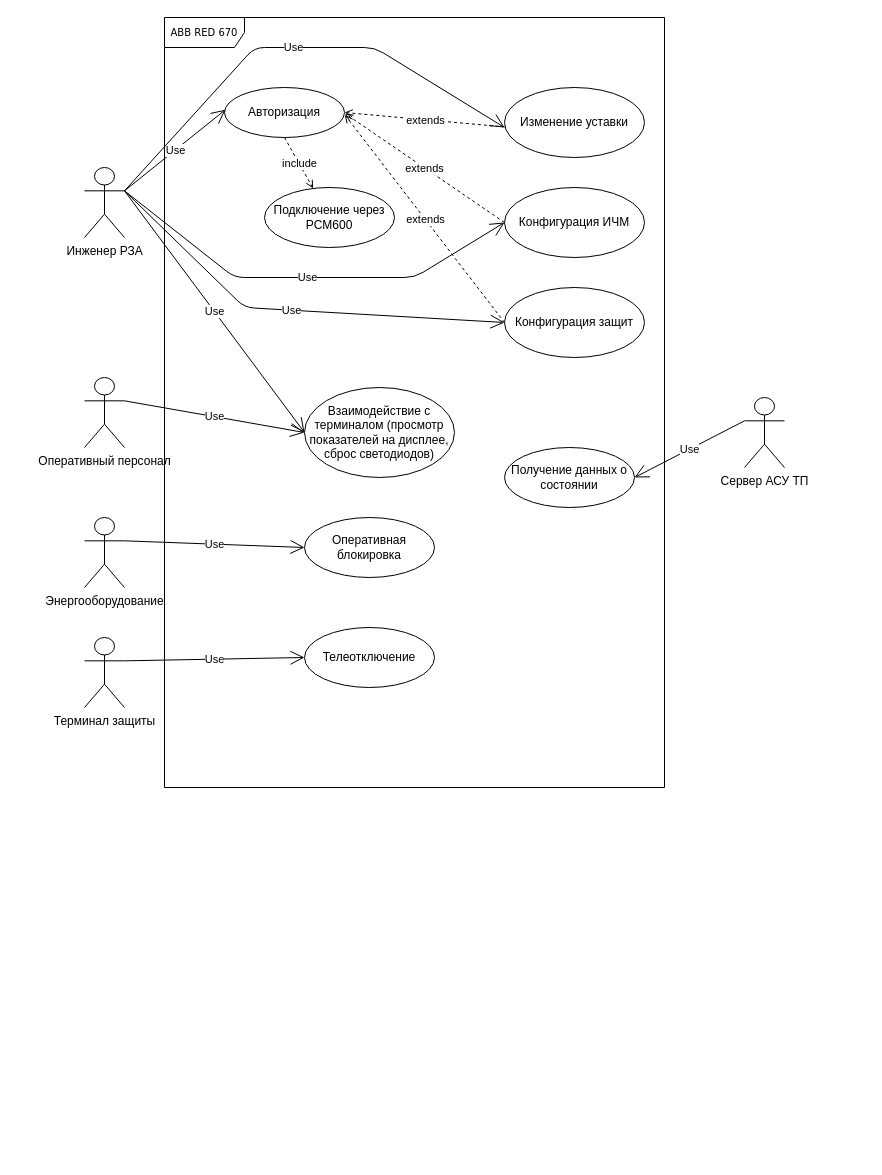
Aidar531/MasterStudying-3 keeps this draw.io diagram as Кибербезопаность/UML диаграмма.drawio. Above is the earlier version. Source tidied: cells renumbered, new cells numbered last; positions are measured from the earlier drawing's top-left corner, leaving out a move shared by most shapes. Both pictures are drawn from the tidied source at 100%, with x=0, y=0 at pixel (84, 17).
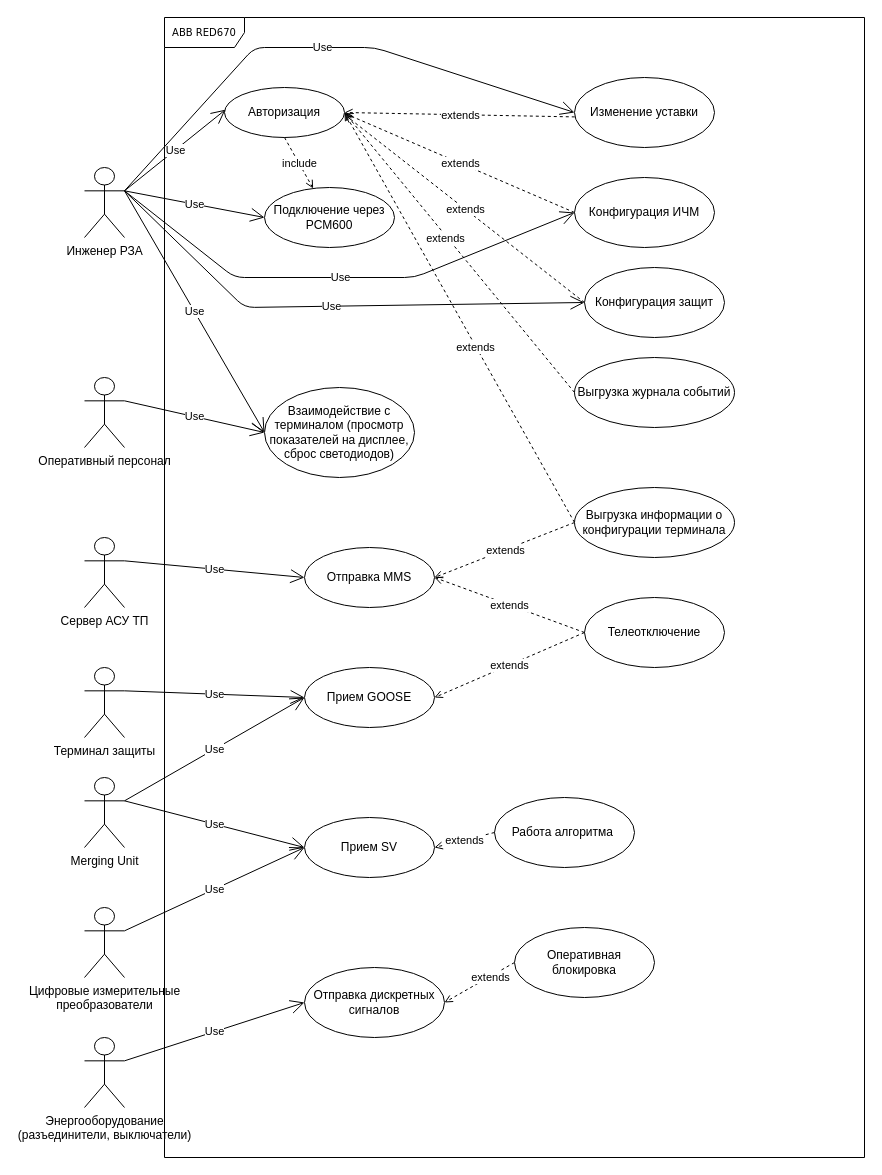
The same diagram, later.

Unchanged cells that the change refers to:
```xml
<mxCell id="3" value="Инженер РЗА" style="shape=umlActor;verticalLabelPosition=bottom;verticalAlign=top;html=1;outlineConnect=0;" parent="1" vertex="1">
  <mxGeometry y="150" width="40" height="70" as="geometry" />
</mxCell>
<mxCell id="4" value="Авторизация" style="ellipse;whiteSpace=wrap;html=1;" parent="1" vertex="1">
  <mxGeometry x="140" y="70" width="120" height="50" as="geometry" />
</mxCell>
<mxCell id="16" value="Подключение через PCM600" style="ellipse;whiteSpace=wrap;html=1;" parent="1" vertex="1">
  <mxGeometry x="180" y="170" width="130" height="60" as="geometry" />
</mxCell>
```

The edit, as a diff of the source:
```diff
@@
-    <mxCell id="2" value="ABB RED 670" style="shape=umlFrame;whiteSpace=wrap;html=1;rounded=0;shadow=0;comic=0;labelBackgroundColor=none;strokeWidth=1;fontFamily=Verdana;fontSize=10;align=center;width=80;height=30;" parent="1" vertex="1">
-      <mxGeometry x="80" width="500" height="770" as="geometry" />
+    <mxCell id="2" value="ABB RED670" style="shape=umlFrame;whiteSpace=wrap;html=1;rounded=0;shadow=0;comic=0;labelBackgroundColor=none;strokeWidth=1;fontFamily=Verdana;fontSize=10;align=center;width=80;height=30;flipV=0;" parent="1" vertex="1">
+      <mxGeometry x="80" width="700" height="1140" as="geometry" />
     </mxCell>
@@
     <mxCell id="5" value="Изменение уставки" style="ellipse;whiteSpace=wrap;html=1;" parent="1" vertex="1">
-      <mxGeometry x="420" y="70" width="140" height="70" as="geometry" />
+      <mxGeometry x="490" y="60" width="140" height="70" as="geometry" />
     </mxCell>
@@
     <mxCell id="10" value="Конфигурация ИЧМ" style="ellipse;whiteSpace=wrap;html=1;" parent="1" vertex="1">
-      <mxGeometry x="420" y="170" width="140" height="70" as="geometry" />
+      <mxGeometry x="490" y="160" width="140" height="70" as="geometry" />
     </mxCell>
@@
-    <mxCell id="12" value="Use" style="endArrow=open;endSize=12;html=1;exitX=1;exitY=0.3333333333333333;exitDx=0;exitDy=0;exitPerimeter=0;" parent="1" edge="1" source="3">
+    <mxCell id="12" value="Use" style="endArrow=open;endSize=12;html=1;exitX=1;exitY=0.3333333333333333;exitDx=0;exitDy=0;exitPerimeter=0;entryX=0;entryY=0.5;entryDx=0;entryDy=0;" parent="1" edge="1" source="3" target="10">
       <mxGeometry relative="1" as="geometry">
-        <mxPoint x="420" y="205" as="targetPoint" />
         <Array as="points">
           <mxPoint x="150" y="260" />
           <mxPoint x="330" y="260" />
         </Array>
       </mxGeometry>
     </mxCell>
-    <mxCell id="13" value="Use" style="endArrow=open;endSize=12;html=1;exitX=1;exitY=0.3333333333333333;exitDx=0;exitDy=0;exitPerimeter=0;" parent="1" edge="1" source="3">
+    <mxCell id="13" value="Use" style="endArrow=open;endSize=12;html=1;exitX=1;exitY=0.3333333333333333;exitDx=0;exitDy=0;exitPerimeter=0;entryX=0;entryY=0.5;entryDx=0;entryDy=0;" parent="1" edge="1" source="3" target="5">
       <mxGeometry relative="1" as="geometry">
-        <mxPoint x="420" y="110" as="targetPoint" />
         <Array as="points">
           <mxPoint x="170" y="30" />
           <mxPoint x="290" y="30" />
         </Array>
       </mxGeometry>
     </mxCell>
@@
     <mxCell id="17" value="Конфигурация защит" style="ellipse;whiteSpace=wrap;html=1;" parent="1" vertex="1">
-      <mxGeometry x="420" y="270" width="140" height="70" as="geometry" />
+      <mxGeometry x="500" y="250" width="140" height="70" as="geometry" />
     </mxCell>
@@
     <mxCell id="21" value="Терминал защиты" style="shape=umlActor;verticalLabelPosition=bottom;verticalAlign=top;html=1;outlineConnect=0;" parent="1" vertex="1">
-      <mxGeometry y="620" width="40" height="70" as="geometry" />
+      <mxGeometry y="650" width="40" height="70" as="geometry" />
     </mxCell>
@@
-    <mxCell id="23" value="Энергооборудование" style="shape=umlActor;verticalLabelPosition=bottom;verticalAlign=top;html=1;outlineConnect=0;" parent="1" vertex="1">
-      <mxGeometry y="500" width="40" height="70" as="geometry" />
-    </mxCell>
     <mxCell id="24" value="Взаимодействие с терминалом (просмотр показателей на дисплее, сброс светодиодов)" style="ellipse;whiteSpace=wrap;html=1;" parent="1" vertex="1">
-      <mxGeometry x="220" y="370" width="150" height="90" as="geometry" />
+      <mxGeometry x="180" y="370" width="150" height="90" as="geometry" />
     </mxCell>
@@
-    <mxCell id="27" value="Оперативная блокировка" style="ellipse;whiteSpace=wrap;html=1;" parent="1" vertex="1">
-      <mxGeometry x="220" y="500" width="130" height="60" as="geometry" />
-    </mxCell>
-    <mxCell id="28" value="Use" style="endArrow=open;endSize=12;html=1;exitX=1;exitY=0.3333333333333333;exitDx=0;exitDy=0;exitPerimeter=0;entryX=0;entryY=0.5;entryDx=0;entryDy=0;" parent="1" edge="1" source="23" target="27">
-      <mxGeometry relative="1" as="geometry" />
-    </mxCell>
-    <mxCell id="29" value="Телеотключение" style="ellipse;whiteSpace=wrap;html=1;" parent="1" vertex="1">
-      <mxGeometry x="220" y="610" width="130" height="60" as="geometry" />
+    <mxCell id="29" value="Прием GOOSE" style="ellipse;whiteSpace=wrap;html=1;flipV=1;" parent="1" vertex="1">
+      <mxGeometry x="220" y="650" width="130" height="60" as="geometry" />
     </mxCell>
@@
+    <mxCell id="34" value="Use" style="endArrow=open;endSize=12;html=1;entryX=0;entryY=0.5;entryDx=0;entryDy=0;exitX=1;exitY=0.3333333333333333;exitDx=0;exitDy=0;exitPerimeter=0;" parent="1" edge="1" source="3" target="16">
+      <mxGeometry relative="1" as="geometry" />
+    </mxCell>
+    <mxCell id="35" style="endArrow=open;entryX=1;entryY=0.5;entryDx=0;entryDy=0;html=1;dashed=1;endFill=0;exitX=0;exitY=0.5;exitDx=0;exitDy=0;" parent="1" edge="1" source="37" target="29">
+      <mxGeometry relative="1" as="geometry" />
+    </mxCell>
+    <mxCell id="36" value="extends" style="edgeLabel;html=1;align=center;verticalAlign=middle;" parent="35" vertex="1">
+      <mxGeometry relative="1" as="geometry" />
+    </mxCell>
+    <mxCell id="37" value="Телеотключение" style="ellipse;whiteSpace=wrap;html=1;" parent="1" vertex="1">
+      <mxGeometry x="500" y="580" width="140" height="70" as="geometry" />
+    </mxCell>
-    <mxCell id="31" value="Сервер АСУ ТП" style="shape=umlActor;verticalLabelPosition=bottom;verticalAlign=top;html=1;outlineConnect=0;" parent="1" vertex="1">
-      <mxGeometry x="660" y="380" width="40" height="70" as="geometry" />
+    <mxCell id="31" value="Сервер АСУ ТП" style="shape=umlActor;verticalLabelPosition=bottom;verticalAlign=top;html=1;outlineConnect=0;flipV=0;" parent="1" vertex="1">
+      <mxGeometry y="520" width="40" height="70" as="geometry" />
     </mxCell>
-    <mxCell id="32" value="Получение данных о состоянии" style="ellipse;whiteSpace=wrap;html=1;" parent="1" vertex="1">
-      <mxGeometry x="420" y="430" width="130" height="60" as="geometry" />
-    </mxCell>
-    <mxCell id="33" value="Use" style="endArrow=open;endSize=12;html=1;exitX=0;exitY=0.3333333333333333;exitDx=0;exitDy=0;exitPerimeter=0;entryX=1;entryY=0.5;entryDx=0;entryDy=0;" parent="1" edge="1" source="31" target="32">
-      <mxGeometry relative="1" as="geometry" />
-    </mxCell>
+    <mxCell id="38" value="Отправка MMS" style="ellipse;whiteSpace=wrap;html=1;" parent="1" vertex="1">
+      <mxGeometry x="220" y="530" width="130" height="60" as="geometry" />
+    </mxCell>
+    <mxCell id="39" value="Use" style="endArrow=open;endSize=12;html=1;exitX=1;exitY=0.3333333333333333;exitDx=0;exitDy=0;exitPerimeter=0;entryX=0;entryY=0.5;entryDx=0;entryDy=0;" parent="1" edge="1" source="31" target="38">
+      <mxGeometry relative="1" as="geometry" />
+    </mxCell>
+    <mxCell id="40" style="endArrow=open;html=1;dashed=1;endFill=0;exitX=0;exitY=0.5;exitDx=0;exitDy=0;entryX=1;entryY=0.5;entryDx=0;entryDy=0;" parent="1" edge="1" source="59" target="38">
+      <mxGeometry relative="1" as="geometry" />
+    </mxCell>
+    <mxCell id="41" value="extends" style="edgeLabel;html=1;align=center;verticalAlign=middle;" parent="40" vertex="1">
+      <mxGeometry relative="1" as="geometry" />
+    </mxCell>
+    <mxCell id="42" value="Merging Unit" style="shape=umlActor;verticalLabelPosition=bottom;verticalAlign=top;html=1;outlineConnect=0;direction=east;" parent="1" vertex="1">
+      <mxGeometry y="760" width="40" height="70" as="geometry" />
+    </mxCell>
+    <mxCell id="43" value="Прием SV" style="ellipse;whiteSpace=wrap;html=1;direction=east;" parent="1" vertex="1">
+      <mxGeometry x="220" y="800" width="130" height="60" as="geometry" />
+    </mxCell>
+    <mxCell id="44" value="Use" style="endArrow=open;endSize=12;html=1;entryX=0;entryY=0.5;entryDx=0;entryDy=0;exitX=1;exitY=0.3333333333333333;exitDx=0;exitDy=0;exitPerimeter=0;" parent="1" edge="1" source="42" target="43">
+      <mxGeometry relative="1" as="geometry" />
+    </mxCell>
+    <mxCell id="45" value="Работа алгоритма&amp;nbsp;" style="ellipse;whiteSpace=wrap;html=1;direction=east;flipH=1;flipV=1;" parent="1" vertex="1">
+      <mxGeometry x="410" y="780" width="140" height="70" as="geometry" />
+    </mxCell>
+    <mxCell id="46" style="endArrow=open;entryX=1;entryY=0.5;entryDx=0;entryDy=0;html=1;dashed=1;endFill=0;exitX=0;exitY=0.5;exitDx=0;exitDy=0;" parent="1" edge="1" source="45" target="43">
+      <mxGeometry relative="1" as="geometry" />
+    </mxCell>
+    <mxCell id="47" value="extends" style="edgeLabel;html=1;align=center;verticalAlign=middle;" parent="46" vertex="1">
+      <mxGeometry relative="1" as="geometry" />
+    </mxCell>
+    <mxCell id="48" style="endArrow=open;html=1;dashed=1;endFill=0;exitX=0;exitY=0.5;exitDx=0;exitDy=0;entryX=1;entryY=0.5;entryDx=0;entryDy=0;" parent="1" edge="1" source="37" target="38">
+      <mxGeometry relative="1" as="geometry" />
+    </mxCell>
+    <mxCell id="49" value="extends" style="edgeLabel;html=1;align=center;verticalAlign=middle;" parent="48" vertex="1">
+      <mxGeometry relative="1" as="geometry" />
+    </mxCell>
+    <mxCell id="50" value="Цифровые измерительные &lt;br&gt;преобразователи" style="shape=umlActor;verticalLabelPosition=bottom;verticalAlign=top;html=1;outlineConnect=0;direction=east;" parent="1" vertex="1">
+      <mxGeometry y="890" width="40" height="70" as="geometry" />
+    </mxCell>
+    <mxCell id="51" value="Use" style="endArrow=open;endSize=12;html=1;entryX=0;entryY=0.5;entryDx=0;entryDy=0;exitX=1;exitY=0.3333333333333333;exitDx=0;exitDy=0;exitPerimeter=0;" parent="1" edge="1" source="50" target="43">
+      <mxGeometry relative="1" as="geometry" />
+    </mxCell>
+    <mxCell id="52" style="endArrow=open;entryX=1;entryY=0.5;entryDx=0;entryDy=0;html=1;dashed=1;endFill=0;exitX=0;exitY=0.5;exitDx=0;exitDy=0;" parent="1" edge="1" source="59" target="4">
+      <mxGeometry relative="1" as="geometry" />
+    </mxCell>
+    <mxCell id="53" value="extends" style="edgeLabel;html=1;align=center;verticalAlign=middle;" parent="52" vertex="1">
+      <mxGeometry relative="1" as="geometry">
+        <mxPoint x="15" y="29.9" as="offset" />
+      </mxGeometry>
+    </mxCell>
+    <mxCell id="54" value="Энергооборудование &lt;br&gt;(разъединители, выключатели)" style="shape=umlActor;verticalLabelPosition=bottom;verticalAlign=top;html=1;outlineConnect=0;" parent="1" vertex="1">
+      <mxGeometry y="1020" width="40" height="70" as="geometry" />
+    </mxCell>
+    <mxCell id="55" value="Отправка дискретных сигналов" style="ellipse;whiteSpace=wrap;html=1;" parent="1" vertex="1">
+      <mxGeometry x="220" y="950" width="140" height="70" as="geometry" />
+    </mxCell>
+    <mxCell id="56" value="Use" style="endArrow=open;endSize=12;html=1;exitX=1;exitY=0.3333333333333333;exitDx=0;exitDy=0;exitPerimeter=0;entryX=0;entryY=0.5;entryDx=0;entryDy=0;" parent="1" edge="1" source="54" target="55">
+      <mxGeometry relative="1" as="geometry" />
+    </mxCell>
+    <mxCell id="57" style="endArrow=open;entryX=1;entryY=0.5;entryDx=0;entryDy=0;html=1;dashed=1;endFill=0;exitX=0;exitY=0.5;exitDx=0;exitDy=0;" parent="1" edge="1" source="27" target="55">
+      <mxGeometry relative="1" as="geometry" />
+    </mxCell>
+    <mxCell id="58" value="extends" style="edgeLabel;html=1;align=center;verticalAlign=middle;" parent="57" vertex="1">
+      <mxGeometry relative="1" as="geometry">
+        <mxPoint x="10.2" y="-5.1" as="offset" />
+      </mxGeometry>
+    </mxCell>
+    <mxCell id="27" value="Оперативная блокировка" style="ellipse;whiteSpace=wrap;html=1;" parent="1" vertex="1">
+      <mxGeometry x="430" y="910" width="140" height="70" as="geometry" />
+    </mxCell>
+    <mxCell id="59" value="Выгрузка информации о конфигурации терминала" style="ellipse;whiteSpace=wrap;html=1;" parent="1" vertex="1">
+      <mxGeometry x="490" y="470" width="160" height="70" as="geometry" />
+    </mxCell>
+    <mxCell id="60" value="Use" style="endArrow=open;endSize=12;html=1;entryX=0;entryY=0.5;entryDx=0;entryDy=0;exitX=1;exitY=0.3333333333333333;exitDx=0;exitDy=0;exitPerimeter=0;" parent="1" edge="1" source="42" target="29">
+      <mxGeometry relative="1" as="geometry" />
+    </mxCell>
+    <mxCell id="61" value="Выгрузка журнала событий" style="ellipse;whiteSpace=wrap;html=1;" parent="1" vertex="1">
+      <mxGeometry x="490" y="340" width="160" height="70" as="geometry" />
+    </mxCell>
+    <mxCell id="62" style="endArrow=open;entryX=1;entryY=0.5;entryDx=0;entryDy=0;html=1;dashed=1;endFill=0;exitX=0;exitY=0.5;exitDx=0;exitDy=0;" parent="1" edge="1" source="61" target="4">
+      <mxGeometry relative="1" as="geometry" />
+    </mxCell>
+    <mxCell id="63" value="extends" style="edgeLabel;html=1;align=center;verticalAlign=middle;" parent="62" vertex="1">
+      <mxGeometry relative="1" as="geometry">
+        <mxPoint x="-15.1" y="-15.1" as="offset" />
+      </mxGeometry>
+    </mxCell>
```
